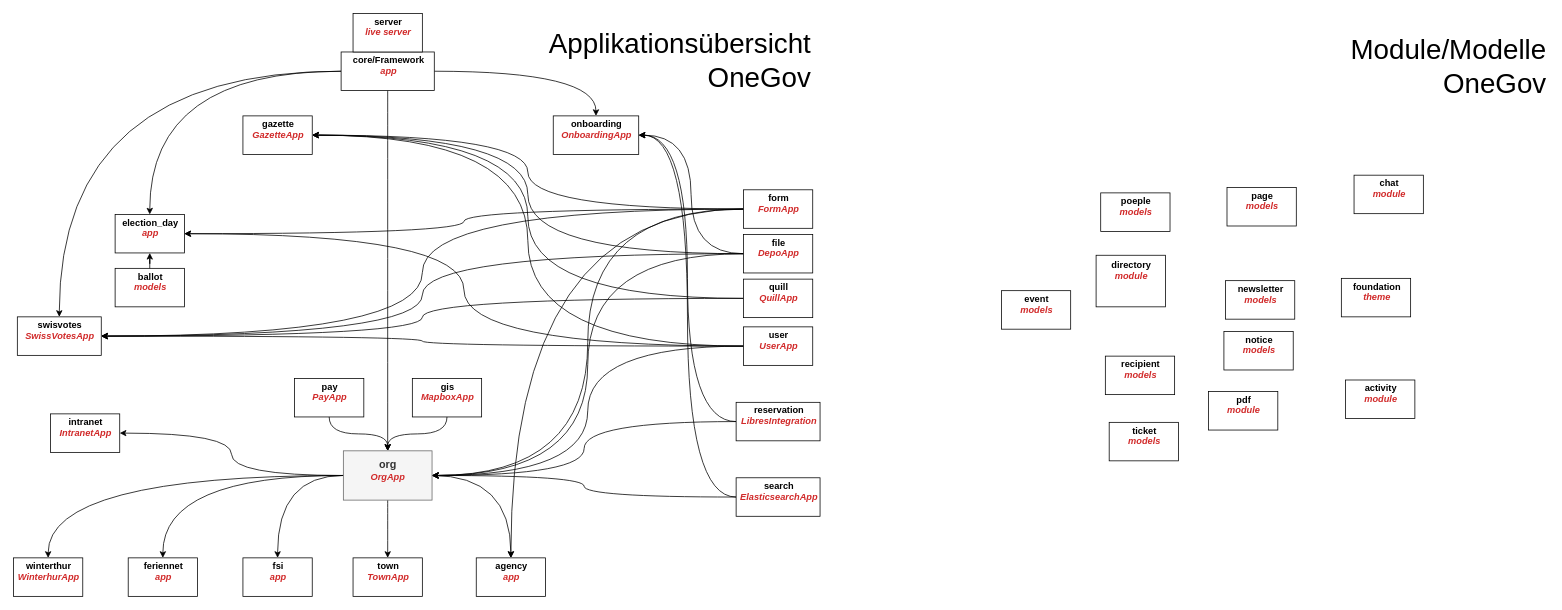
Before: docs/drawio/onegov_app_hierarchy.drawio in OneGov/onegov-cloud, a draw.io diagram. Source tidied: cells renumbered, new cells numbered last; positions are measured from the earlier drawing's top-left corner, leaving out a move shared by most shapes. Both pictures are drawn from the tidied source at 77%, with x=0, y=0 at pixel (13, 13).
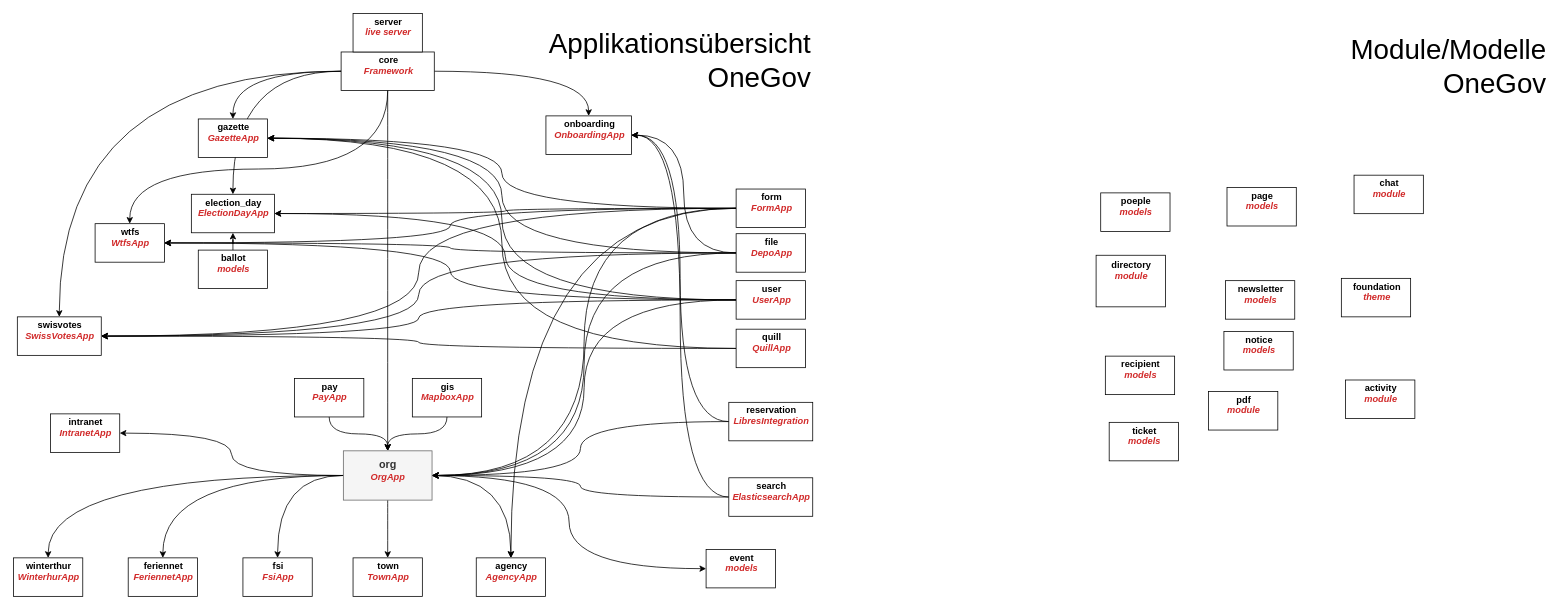
After the change.

Commit message:
Update drawio docfile [skip ci]

Unchanged cells that the change refers to:
```xml
<object id="55" label="%name%&lt;br&gt;&lt;i&gt;&lt;font color=&quot;#d12a2a&quot;&gt;%type%&lt;br&gt;&lt;/font&gt;&lt;br&gt;&lt;/i&gt;" name="swisvotes" placeholders="1" type="SwissVotesApp">
  <mxCell style="label;whiteSpace=wrap;html=1;rounded=0;glass=0;spacingLeft=2;align=center;" parent="1" vertex="1">
    <mxGeometry x="5" y="394" width="109" height="50" as="geometry" />
  </mxCell>
</object>
<mxCell id="58" style="group;" parent="1" vertex="1">
  <mxGeometry x="425.5" width="121" height="100" as="geometry" />
</mxCell>
<object id="66" label="&lt;font style=&quot;font-size: 14px&quot;&gt;%name%&lt;br&gt;&lt;/font&gt;&lt;i&gt;&lt;font color=&quot;#d12a2a&quot;&gt;%type%&lt;br&gt;&lt;/font&gt;&lt;br&gt;&lt;/i&gt;" name="org" placeholders="1" type="OrgApp">
  <mxCell style="label;whiteSpace=wrap;html=1;rounded=0;glass=0;spacingLeft=2;align=center;fillColor=#f5f5f5;strokeColor=#666666;fontColor=#333333;" parent="1" vertex="1">
    <mxGeometry x="428.4" y="568" width="115.2" height="64" as="geometry" />
  </mxCell>
</object>
```

The edit, as a diff of the source:
```diff
@@
+    <object id="73" label="%name%&lt;br&gt;&lt;i&gt;&lt;font color=&quot;#d12a2a&quot;&gt;%type%&lt;br&gt;&lt;/font&gt;&lt;br&gt;&lt;/i&gt;" name="wtfs" placeholders="1" type="WtfsApp">
+      <mxCell style="label;whiteSpace=wrap;html=1;rounded=0;glass=0;spacingLeft=2;align=center;" parent="1" vertex="1">
+        <mxGeometry x="106" y="273" width="90" height="50" as="geometry" />
+      </mxCell>
+    </object>
@@
-    <object id="7" label="%name%&lt;br&gt;&lt;i&gt;&lt;font color=&quot;#d12a2a&quot;&gt;%type%&lt;br&gt;&lt;/font&gt;&lt;br&gt;&lt;/i&gt;" name="agency" placeholders="1" type="app">
+    <object id="7" label="%name%&lt;br&gt;&lt;i&gt;&lt;font color=&quot;#d12a2a&quot;&gt;%type%&lt;br&gt;&lt;/font&gt;&lt;br&gt;&lt;/i&gt;" name="agency" placeholders="1" type="AgencyApp">
       <mxCell style="label;whiteSpace=wrap;html=1;rounded=0;glass=0;spacingLeft=2;align=center;" parent="1" vertex="1">
         <mxGeometry x="601" y="707" width="90" height="50" as="geometry" />
       </mxCell>
     </object>
@@
-    <mxCell id="20" style="edgeStyle=orthogonalEdgeStyle;curved=1;rounded=0;jettySize=auto;html=1;entryX=1;entryY=0.5;entryDx=0;entryDy=0;" parent="1" edge="1" source="62" target="55">
+    <mxCell id="20" style="edgeStyle=orthogonalEdgeStyle;rounded=0;jettySize=auto;html=1;entryX=1;entryY=0.5;entryDx=0;entryDy=0;elbow=vertical;curved=1;" parent="1" edge="1" source="62" target="55">
       <mxGeometry relative="1" as="geometry" />
     </mxCell>
     <object id="21" label="%name%&lt;br&gt;&lt;i&gt;&lt;font color=&quot;#d12a2a&quot;&gt;%type%&lt;br&gt;&lt;/font&gt;&lt;br&gt;&lt;/i&gt;" name="event" placeholders="1" type="models">
       <mxCell style="label;whiteSpace=wrap;html=1;rounded=0;glass=0;spacingLeft=2;align=center;" parent="1" vertex="1">
-        <mxGeometry x="1283" y="360" width="90" height="50" as="geometry" />
+        <mxGeometry x="899.5" y="696" width="90" height="50" as="geometry" />
       </mxCell>
     </object>
@@
-    <object id="24" label="%name%&lt;br&gt;&lt;i&gt;&lt;font color=&quot;#d12a2a&quot;&gt;%type%&lt;br&gt;&lt;/font&gt;&lt;br&gt;&lt;/i&gt;" name="feriennet" placeholders="1" type="app">
+    <object id="24" label="%name%&lt;br&gt;&lt;i&gt;&lt;font color=&quot;#d12a2a&quot;&gt;%type%&lt;br&gt;&lt;/font&gt;&lt;br&gt;&lt;/i&gt;" name="feriennet" placeholders="1" type="FeriennetApp">
       <mxCell style="label;whiteSpace=wrap;html=1;rounded=0;glass=0;spacingLeft=2;align=center;" parent="1" vertex="1">
         <mxGeometry x="149" y="707" width="90" height="50" as="geometry" />
       </mxCell>
     </object>
@@
-    <mxCell id="27" style="edgeStyle=orthogonalEdgeStyle;curved=1;rounded=0;jettySize=auto;html=1;entryX=1;entryY=0.5;entryDx=0;entryDy=0;" parent="1" edge="1" source="63" target="55">
+    <mxCell id="27" style="edgeStyle=orthogonalEdgeStyle;rounded=0;jettySize=auto;html=1;entryX=1;entryY=0.5;entryDx=0;entryDy=0;elbow=vertical;curved=1;" parent="1" edge="1" source="63" target="55">
       <mxGeometry relative="1" as="geometry" />
     </mxCell>
@@
-    <object id="31" label="%name%&lt;br&gt;&lt;i&gt;&lt;font color=&quot;#d12a2a&quot;&gt;%type%&lt;br&gt;&lt;/font&gt;&lt;br&gt;&lt;/i&gt;" name="fsi" placeholders="1" type="app">
+    <object id="31" label="%name%&lt;br&gt;&lt;i&gt;&lt;font color=&quot;#d12a2a&quot;&gt;%type%&lt;br&gt;&lt;/font&gt;&lt;br&gt;&lt;/i&gt;" name="fsi" placeholders="1" type="FsiApp">
       <mxCell style="label;whiteSpace=wrap;html=1;rounded=0;glass=0;spacingLeft=2;align=center;" parent="1" vertex="1">
         <mxGeometry x="298" y="707" width="90" height="50" as="geometry" />
       </mxCell>
     </object>
     <object id="32" label="%name%&lt;br&gt;&lt;i&gt;&lt;font color=&quot;#d12a2a&quot;&gt;%type%&lt;br&gt;&lt;/font&gt;&lt;br&gt;&lt;/i&gt;" name="gazette" placeholders="1" type="GazetteApp">
       <mxCell style="label;whiteSpace=wrap;html=1;rounded=0;glass=0;spacingLeft=2;align=center;" parent="1" vertex="1">
-        <mxGeometry x="298" y="133" width="90" height="50" as="geometry" />
+        <mxGeometry x="240" y="137" width="90" height="50" as="geometry" />
       </mxCell>
     </object>
@@
-    <mxCell id="36" style="edgeStyle=orthogonalEdgeStyle;curved=1;rounded=0;jettySize=auto;html=1;entryX=1;entryY=0.5;entryDx=0;entryDy=0;" parent="1" edge="1" source="64" target="55">
+    <mxCell id="36" style="edgeStyle=orthogonalEdgeStyle;rounded=0;jettySize=auto;html=1;entryX=1;entryY=0.5;entryDx=0;entryDy=0;elbow=vertical;curved=1;" parent="1" edge="1" source="64" target="55">
       <mxGeometry relative="1" as="geometry" />
     </mxCell>
@@
-    <mxCell id="38" style="edgeStyle=orthogonalEdgeStyle;curved=1;rounded=0;jettySize=auto;html=1;entryX=1;entryY=0.5;entryDx=0;entryDy=0;" parent="1" edge="1" source="65" target="55">
+    <mxCell id="38" style="edgeStyle=orthogonalEdgeStyle;rounded=0;jettySize=auto;html=1;entryX=1;entryY=0.5;entryDx=0;entryDy=0;elbow=vertical;curved=1;" parent="1" edge="1" source="65" target="55">
       <mxGeometry relative="1" as="geometry" />
     </mxCell>
@@
-    <mxCell id="41" style="group;" parent="1" vertex="1">
-      <mxGeometry x="132" y="261" width="90" height="120" as="geometry" />
-    </mxCell>
-    <object id="42" label="%name%&lt;br&gt;&lt;i&gt;&lt;font color=&quot;#d12a2a&quot;&gt;%type%&lt;br&gt;&lt;/font&gt;&lt;br&gt;&lt;/i&gt;" name="ballot" placeholders="1" type="models">
-      <mxCell style="label;whiteSpace=wrap;html=1;rounded=0;glass=0;spacingLeft=2;align=center;" parent="41" vertex="1">
-        <mxGeometry y="70" width="90" height="50" as="geometry" />
-      </mxCell>
-    </object>
-    <object id="43" label="%name%&lt;br&gt;&lt;i&gt;&lt;font color=&quot;#d12a2a&quot;&gt;%type%&lt;br&gt;&lt;/font&gt;&lt;br&gt;&lt;/i&gt;" name="election_day" placeholders="1" type="app">
-      <mxCell style="label;whiteSpace=wrap;html=1;rounded=0;glass=0;spacingLeft=2;align=center;" parent="41" vertex="1">
-        <mxGeometry width="90" height="50" as="geometry" />
-      </mxCell>
-    </object>
-    <mxCell id="44" style="edgeStyle=orthogonalEdgeStyle;curved=1;rounded=0;jettySize=auto;html=1;entryX=0.5;entryY=1;entryDx=0;entryDy=0;" parent="41" edge="1" source="42" target="43">
-      <mxGeometry relative="1" as="geometry" />
-    </mxCell>
@@
     <object id="46" label="%name%&lt;br&gt;&lt;i&gt;&lt;font color=&quot;#d12a2a&quot;&gt;%type%&lt;br&gt;&lt;/font&gt;&lt;br&gt;&lt;/i&gt;" name="onboarding" placeholders="1" type="OnboardingApp">
       <mxCell style="label;whiteSpace=wrap;html=1;rounded=0;glass=0;spacingLeft=2;align=center;" parent="1" vertex="1">
-        <mxGeometry x="701" y="133" width="111" height="50" as="geometry" />
+        <mxGeometry x="691.5" y="133" width="111" height="50" as="geometry" />
       </mxCell>
     </object>
@@
     <object id="49" label="%name%&lt;br&gt;&lt;i&gt;&lt;font color=&quot;#d12a2a&quot;&gt;%type%&lt;br&gt;&lt;/font&gt;&lt;br&gt;&lt;/i&gt;" name="reservation" placeholders="1" type="LibresIntegration">
       <mxCell style="label;whiteSpace=wrap;html=1;rounded=0;glass=0;spacingLeft=2;align=center;" parent="1" vertex="1">
-        <mxGeometry x="938.5" y="505" width="109" height="50" as="geometry" />
+        <mxGeometry x="929" y="505" width="109" height="50" as="geometry" />
       </mxCell>
     </object>
@@
     <object id="52" label="%name%&lt;br&gt;&lt;i&gt;&lt;font color=&quot;#d12a2a&quot;&gt;%type%&lt;br&gt;&lt;/font&gt;&lt;br&gt;&lt;/i&gt;" name="search" placeholders="1" type="ElasticsearchApp">
       <mxCell style="label;whiteSpace=wrap;html=1;rounded=0;glass=0;spacingLeft=2;align=center;" parent="1" vertex="1">
-        <mxGeometry x="938.5" y="603" width="109" height="50" as="geometry" />
+        <mxGeometry x="929" y="603" width="109" height="50" as="geometry" />
       </mxCell>
     </object>
@@
-    <object id="59" label="%name%&lt;br&gt;&lt;i&gt;&lt;font color=&quot;#d12a2a&quot;&gt;%type%&lt;br&gt;&lt;/font&gt;&lt;br&gt;&lt;/i&gt;" name="core/Framework" placeholders="1" type="app">
+    <object id="59" label="%name%&lt;br&gt;&lt;i&gt;&lt;font color=&quot;#d12a2a&quot;&gt;%type%&lt;br&gt;&lt;/font&gt;&lt;br&gt;&lt;/i&gt;" name="core" placeholders="1" type="Framework">
       <mxCell style="label;whiteSpace=wrap;html=1;rounded=0;glass=0;spacingLeft=2;align=center;" parent="58" vertex="1">
         <mxGeometry y="50" width="121" height="50" as="geometry" />
       </mxCell>
     </object>
@@
-    <mxCell id="61" style="group;" parent="1" vertex="1">
-      <mxGeometry x="948" y="229" width="90" height="228" as="geometry" />
-    </mxCell>
-    <object id="62" label="%name%&lt;br&gt;&lt;i&gt;&lt;font color=&quot;#d12a2a&quot;&gt;%type%&lt;br&gt;&lt;/font&gt;&lt;br&gt;&lt;/i&gt;" name="user" placeholders="1" type="UserApp">
-      <mxCell style="label;whiteSpace=wrap;html=1;rounded=0;glass=0;spacingLeft=2;align=center;" parent="61" vertex="1">
-        <mxGeometry y="178" width="90" height="50" as="geometry" />
-      </mxCell>
-    </object>
-    <object id="63" label="%name%&lt;br&gt;&lt;i&gt;&lt;font color=&quot;#d12a2a&quot;&gt;%type%&lt;br&gt;&lt;/font&gt;&lt;br&gt;&lt;/i&gt;" name="form" placeholders="1" type="FormApp">
-      <mxCell style="label;whiteSpace=wrap;html=1;rounded=0;glass=0;spacingLeft=2;align=center;" parent="61" vertex="1">
-        <mxGeometry width="90" height="50" as="geometry" />
-      </mxCell>
-    </object>
-    <object id="64" label="%name%&lt;br&gt;&lt;i&gt;&lt;font color=&quot;#d12a2a&quot;&gt;%type%&lt;br&gt;&lt;/font&gt;&lt;br&gt;&lt;/i&gt;" name="file" placeholders="1" type="DepoApp">
-      <mxCell style="label;whiteSpace=wrap;html=1;rounded=0;glass=0;spacingLeft=2;align=center;" parent="61" vertex="1">
-        <mxGeometry y="58" width="90" height="50" as="geometry" />
-      </mxCell>
-    </object>
-    <object id="65" label="%name%&lt;br&gt;&lt;i&gt;&lt;font color=&quot;#d12a2a&quot;&gt;%type%&lt;br&gt;&lt;/font&gt;&lt;br&gt;&lt;/i&gt;" name="quill" placeholders="1" type="QuillApp">
-      <mxCell style="label;whiteSpace=wrap;html=1;rounded=0;glass=0;spacingLeft=2;align=center;" parent="61" vertex="1">
-        <mxGeometry y="116" width="90" height="50" as="geometry" />
-      </mxCell>
-    </object>
+    <mxCell id="74" style="edgeStyle=orthogonalEdgeStyle;rounded=0;jettySize=auto;html=1;entryX=0;entryY=0.5;entryDx=0;entryDy=0;curved=1;" parent="1" edge="1" source="66" target="21">
+      <mxGeometry relative="1" as="geometry" />
+    </mxCell>
@@
+    <mxCell id="75" style="edgeStyle=orthogonalEdgeStyle;curved=1;rounded=0;jettySize=auto;html=1;entryX=0.5;entryY=0;entryDx=0;entryDy=0;" parent="1" edge="1" source="59" target="32">
+      <mxGeometry relative="1" as="geometry" />
+    </mxCell>
+    <mxCell id="76" style="edgeStyle=orthogonalEdgeStyle;curved=1;rounded=0;jettySize=auto;html=1;" parent="1" edge="1" source="63" target="73">
+      <mxGeometry relative="1" as="geometry" />
+    </mxCell>
+    <mxCell id="77" style="edgeStyle=orthogonalEdgeStyle;curved=1;rounded=0;jettySize=auto;html=1;entryX=1;entryY=0.5;entryDx=0;entryDy=0;" parent="1" edge="1" source="62" target="73">
+      <mxGeometry relative="1" as="geometry" />
+    </mxCell>
+    <mxCell id="78" style="edgeStyle=orthogonalEdgeStyle;curved=1;rounded=0;jettySize=auto;html=1;entryX=1;entryY=0.5;entryDx=0;entryDy=0;" parent="1" edge="1" source="64" target="73">
+      <mxGeometry relative="1" as="geometry" />
+    </mxCell>
+    <mxCell id="79" style="edgeStyle=orthogonalEdgeStyle;curved=1;rounded=0;jettySize=auto;html=1;entryX=0.5;entryY=0;entryDx=0;entryDy=0;exitX=0.5;exitY=1;exitDx=0;exitDy=0;" parent="1" edge="1" source="59" target="73">
+      <mxGeometry relative="1" as="geometry">
+        <Array as="points">
+          <mxPoint x="486" y="202" />
+          <mxPoint x="151" y="202" />
+        </Array>
+      </mxGeometry>
+    </mxCell>
+    <mxCell id="80" style="group;" parent="1" vertex="1">
+      <mxGeometry x="231" y="234.8" width="108" height="122.5" as="geometry" />
+    </mxCell>
+    <object id="42" label="%name%&lt;br&gt;&lt;i&gt;&lt;font color=&quot;#d12a2a&quot;&gt;%type%&lt;br&gt;&lt;/font&gt;&lt;br&gt;&lt;/i&gt;" name="ballot" placeholders="1" type="models">
+      <mxCell style="label;whiteSpace=wrap;html=1;rounded=0;glass=0;spacingLeft=2;align=center;" parent="80" vertex="1">
+        <mxGeometry x="9" y="72.5" width="90" height="50" as="geometry" />
+      </mxCell>
+    </object>
+    <object id="43" label="%name%&lt;br&gt;&lt;i&gt;&lt;font color=&quot;#d12a2a&quot;&gt;%type%&lt;br&gt;&lt;/font&gt;&lt;br&gt;&lt;/i&gt;" name="election_day" placeholders="1" type="ElectionDayApp">
+      <mxCell style="label;whiteSpace=wrap;html=1;rounded=0;glass=0;spacingLeft=2;align=center;" parent="80" vertex="1">
+        <mxGeometry width="108" height="50" as="geometry" />
+      </mxCell>
+    </object>
+    <mxCell id="44" style="edgeStyle=orthogonalEdgeStyle;curved=1;rounded=0;jettySize=auto;html=1;entryX=0.5;entryY=1;entryDx=0;entryDy=0;" parent="80" edge="1" source="42" target="43">
+      <mxGeometry relative="1" as="geometry" />
+    </mxCell>
+    <mxCell id="81" style="group;" parent="1" vertex="1">
+      <mxGeometry x="938.5" y="228" width="90" height="232" as="geometry" />
+    </mxCell>
+    <object id="62" label="%name%&lt;br&gt;&lt;i&gt;&lt;font color=&quot;#d12a2a&quot;&gt;%type%&lt;br&gt;&lt;/font&gt;&lt;br&gt;&lt;/i&gt;" name="user" placeholders="1" type="UserApp">
+      <mxCell style="label;whiteSpace=wrap;html=1;rounded=0;glass=0;spacingLeft=2;align=center;" parent="81" vertex="1">
+        <mxGeometry y="119" width="90" height="50" as="geometry" />
+      </mxCell>
+    </object>
+    <object id="63" label="%name%&lt;br&gt;&lt;i&gt;&lt;font color=&quot;#d12a2a&quot;&gt;%type%&lt;br&gt;&lt;/font&gt;&lt;br&gt;&lt;/i&gt;" name="form" placeholders="1" type="FormApp">
+      <mxCell style="label;whiteSpace=wrap;html=1;rounded=0;glass=0;spacingLeft=2;align=center;" parent="81" vertex="1">
+        <mxGeometry width="90" height="50" as="geometry" />
+      </mxCell>
+    </object>
+    <object id="64" label="%name%&lt;br&gt;&lt;i&gt;&lt;font color=&quot;#d12a2a&quot;&gt;%type%&lt;br&gt;&lt;/font&gt;&lt;br&gt;&lt;/i&gt;" name="file" placeholders="1" type="DepoApp">
+      <mxCell style="label;whiteSpace=wrap;html=1;rounded=0;glass=0;spacingLeft=2;align=center;" parent="81" vertex="1">
+        <mxGeometry y="58" width="90" height="50" as="geometry" />
+      </mxCell>
+    </object>
+    <object id="65" label="%name%&lt;br&gt;&lt;i&gt;&lt;font color=&quot;#d12a2a&quot;&gt;%type%&lt;br&gt;&lt;/font&gt;&lt;br&gt;&lt;/i&gt;" name="quill" placeholders="1" type="QuillApp">
+      <mxCell style="label;whiteSpace=wrap;html=1;rounded=0;glass=0;spacingLeft=2;align=center;" parent="81" vertex="1">
+        <mxGeometry y="182" width="90" height="50" as="geometry" />
+      </mxCell>
+    </object>
```
